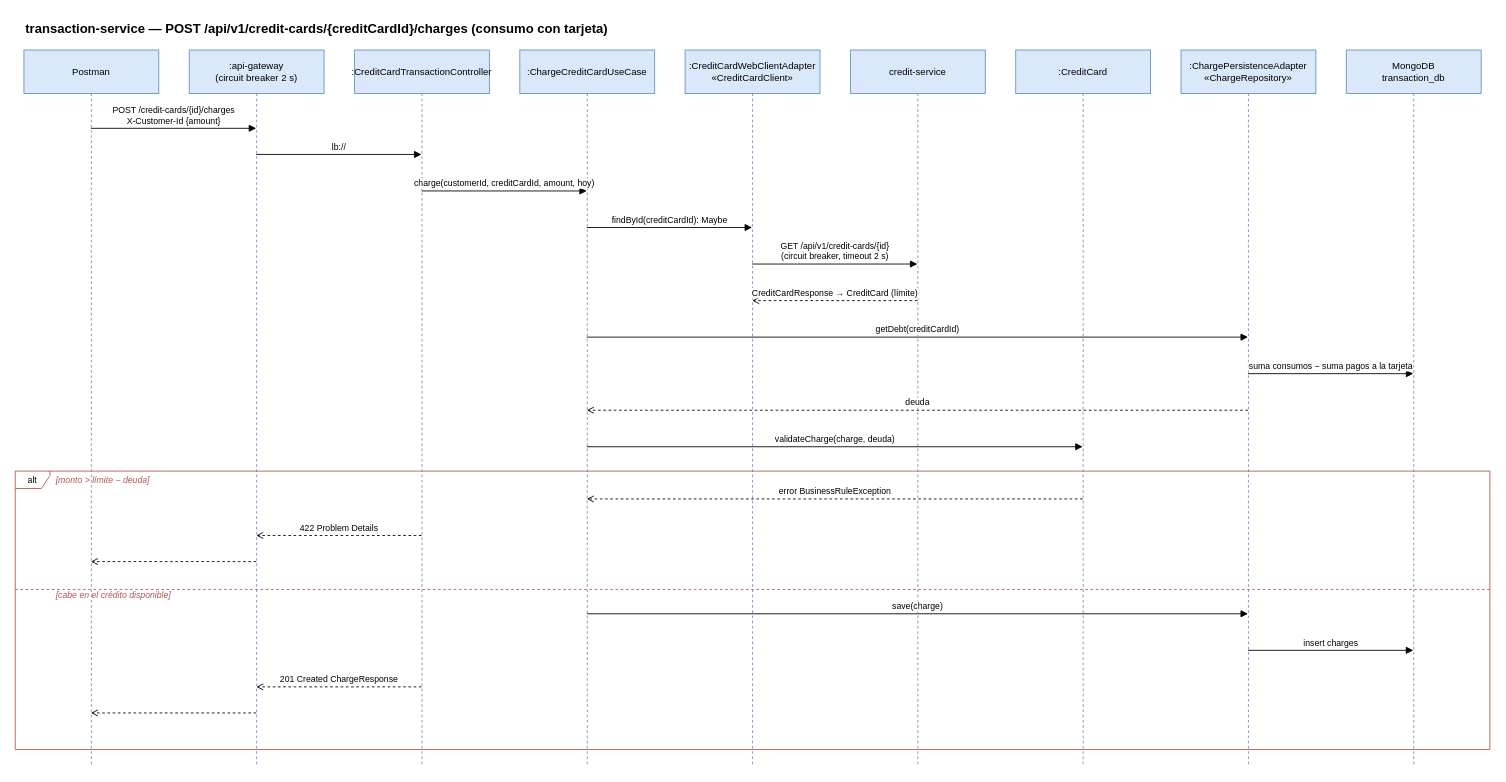
Before: page "transaction-service — consumo" (5 of 5) of docs/diagrams/sequence-diagrams.drawio in kuroxbyte/bootcamp-bank-project-docs, a draw.io diagram. Source tidied: cells renumbered, new cells numbered last; positions are measured from the earlier drawing's top-left corner, leaving out a move shared by most shapes. Both pictures are drawn from the tidied source at 87%, with x=0, y=0 at pixel (15, 15).
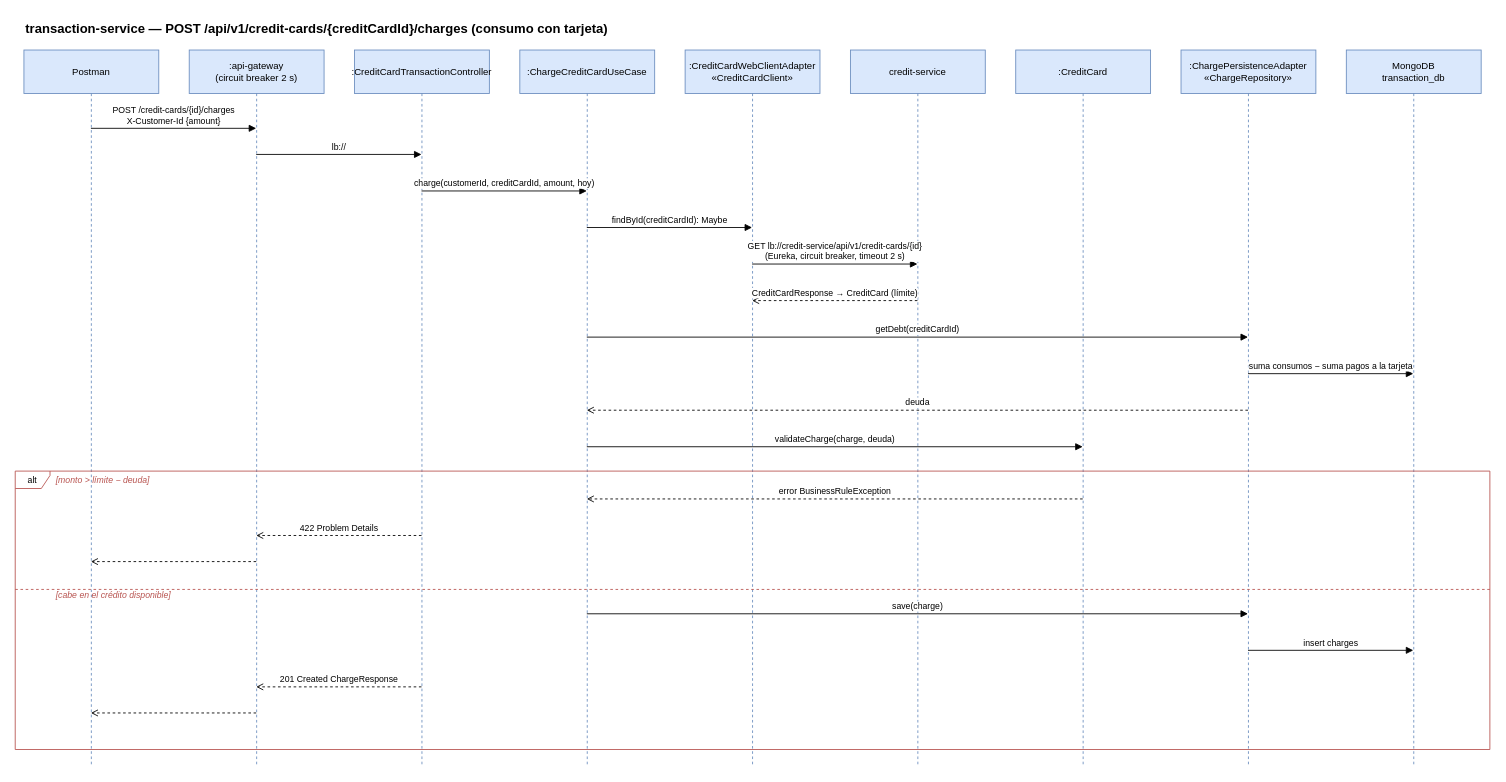
The same page after the edit.

Commit message (it also covers changes not shown here):
feat: resolver las llamadas entre servicios por Eureka en docker-compose

Diff of the diagram source:
```diff
@@
-    <mxCell id="20" value="GET /api/v1/credit-cards/{id}&lt;br&gt;(circuit breaker, timeout 2 s)" style="endArrow=block;endFill=1;html=1;rounded=0;fontSize=10;verticalAlign=bottom;labelBackgroundColor=#ffffff;" parent="1" edge="1">
+    <mxCell id="20" value="GET lb://credit-service/api/v1/credit-cards/{id}&lt;br&gt;(Eureka, circuit breaker, timeout 2 s)" style="endArrow=block;endFill=1;html=1;rounded=0;fontSize=10;verticalAlign=bottom;labelBackgroundColor=#ffffff;" parent="1" edge="1">
       <mxGeometry relative="1" as="geometry">
         <mxPoint x="847" y="286" as="sourcePoint" />
         <mxPoint x="1037" y="286" as="targetPoint" />
       </mxGeometry>
     </mxCell>
```
